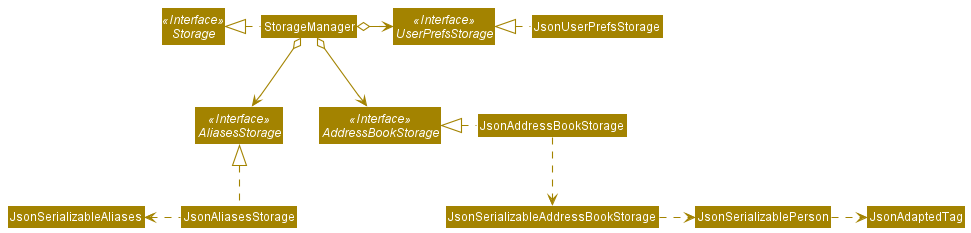
Above: docs/images/StorageClassDiagram.png in nus-cs2103-AY2021S2/tp (PlantUML), before the change.
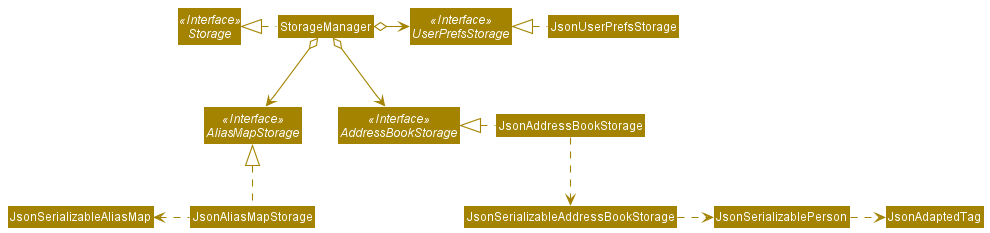
Later version of the same file.

Commit message:
docs: Update class names in Storage componenet of DG

Change to the diagram source:
```diff
@@ -7,17 +7,17 @@
 Interface Storage <<Interface>>
 Interface UserPrefsStorage <<Interface>>
 Interface AddressBookStorage <<Interface>>
-Interface AliasesStorage <<Interface>>
+Interface AliasMapStorage <<Interface>>
 
 Class StorageManager
 Class JsonUserPrefsStorage
 Class JsonAddressBookStorage
-Class JsonAliasesStorage
+Class JsonAliasMapStorage
 
 StorageManager .left.|> Storage
 StorageManager o-right-> UserPrefsStorage
 StorageManager o--> AddressBookStorage
-StorageManager o--> AliasesStorage
+StorageManager o--> AliasMapStorage
 
 JsonUserPrefsStorage .left.|> UserPrefsStorage
 JsonAddressBookStorage .left.|> AddressBookStorage
@@ -25,6 +25,6 @@
 JsonSerializableAddressBookStorage .right.> JsonSerializablePerson
 JsonSerializablePerson .right.> JsonAdaptedTag
 
-JsonAliasesStorage .up.|> AliasesStorage
-JsonAliasesStorage .left.> JsonSerializableAliases
+JsonAliasMapStorage .up.|> AliasMapStorage
+JsonAliasMapStorage .left.> JsonSerializableAliasMap
 @enduml
```
